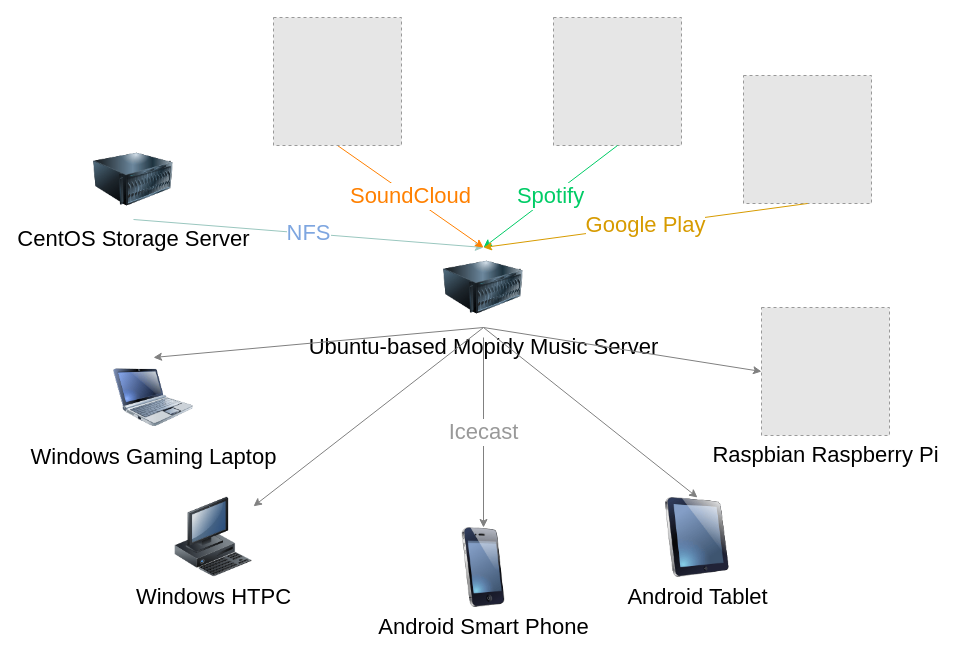
Before: Music Streaming Service.drawio in syedrali/architecture, a draw.io diagram. Source tidied: cells renumbered, new cells numbered last; positions are measured from the earlier drawing's top-left corner, leaving out a move shared by most shapes. Both pictures are drawn from the tidied source at 100%, with x=0, y=0 at pixel (93, 17). Pictures stored in the file or linked from it are replaced by grey dashed boxes.
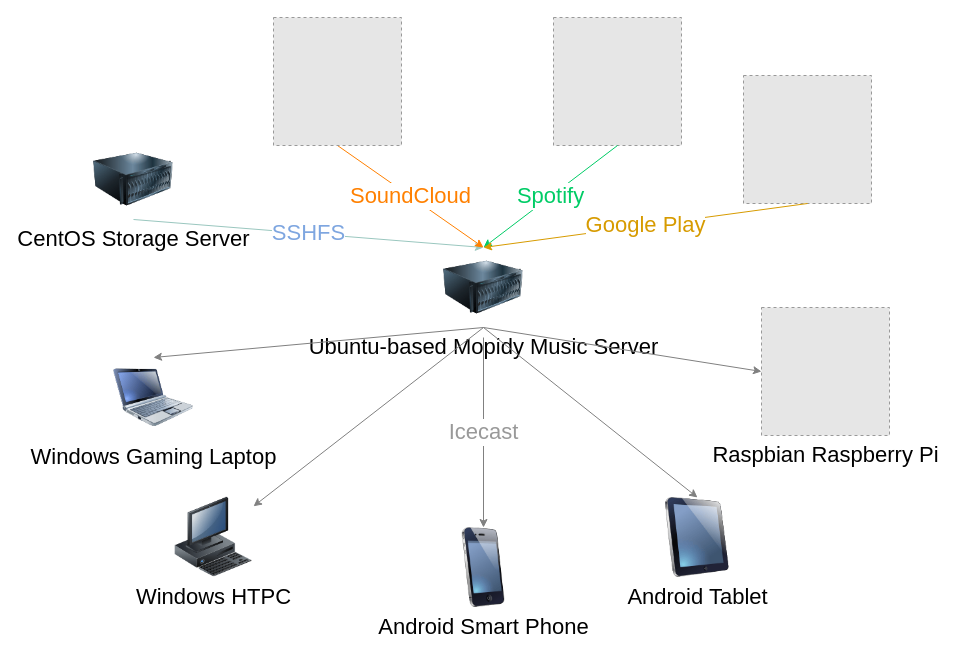
The same page after the edit.

Commit message (it also covers changes not shown here):
Amended diagram to show SSHFS instead of NFS usage.

Unchanged cells that the change refers to:
```xml
<mxCell id="6" value="&lt;font style=&quot;font-size: 22px&quot;&gt;Ubuntu-based Mopidy Music Server&lt;br&gt;&lt;/font&gt;" style="image;html=1;labelBackgroundColor=#ffffff;image=img/lib/clip_art/computers/Server_128x128.png;" parent="1" vertex="1">
  <mxGeometry x="350" y="230" width="80" height="80" as="geometry" />
</mxCell>
<mxCell id="17" value="&lt;font style=&quot;font-size: 22px&quot;&gt;CentOS Storage Server&lt;br&gt;&lt;/font&gt;" style="image;html=1;labelBackgroundColor=#ffffff;image=img/lib/clip_art/computers/Server_128x128.png;" parent="1" vertex="1">
  <mxGeometry y="122" width="80" height="80" as="geometry" />
</mxCell>
```

Change to the diagram source:
```diff
@@
-    <mxCell id="18" value="&lt;font&gt;NFS&lt;/font&gt;" style="endArrow=classic;html=1;entryX=0.5;entryY=0;entryDx=0;entryDy=0;fontColor=#7EA6E0;strokeColor=#9AC7BF;exitX=0.5;exitY=1;exitDx=0;exitDy=0;fillColor=#ffe6cc;fontSize=22;" parent="1" edge="1" source="17" target="6">
+    <mxCell id="18" value="&lt;font&gt;SSHFS&lt;/font&gt;" style="endArrow=classic;html=1;entryX=0.5;entryY=0;entryDx=0;entryDy=0;fontColor=#7EA6E0;strokeColor=#9AC7BF;exitX=0.5;exitY=1;exitDx=0;exitDy=0;fillColor=#ffe6cc;fontSize=22;" parent="1" edge="1" source="17" target="6">
       <mxGeometry relative="1" as="geometry" />
     </mxCell>
```
